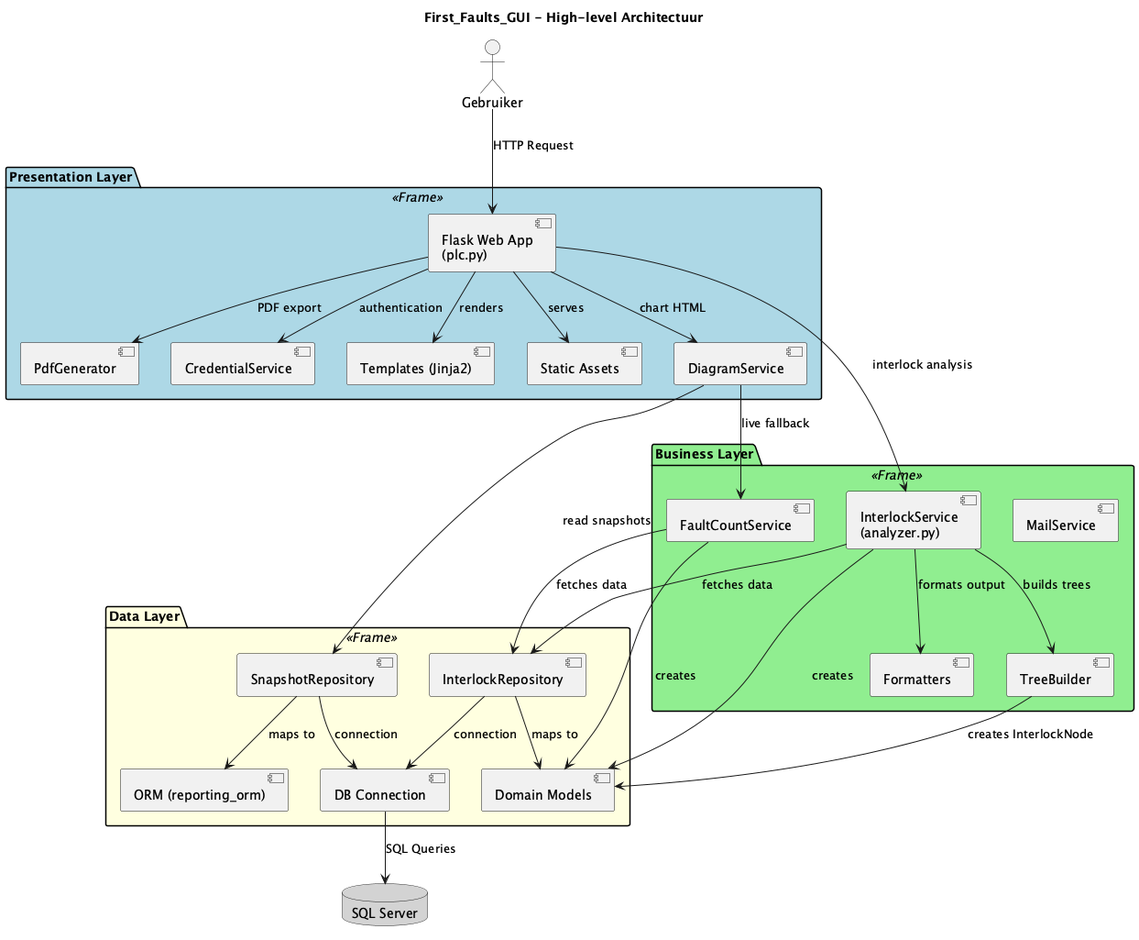
Above: docs/HighLevelArchitectureDiagram.png in bucofski/First_Faults_GUI (PlantUML), before the change.
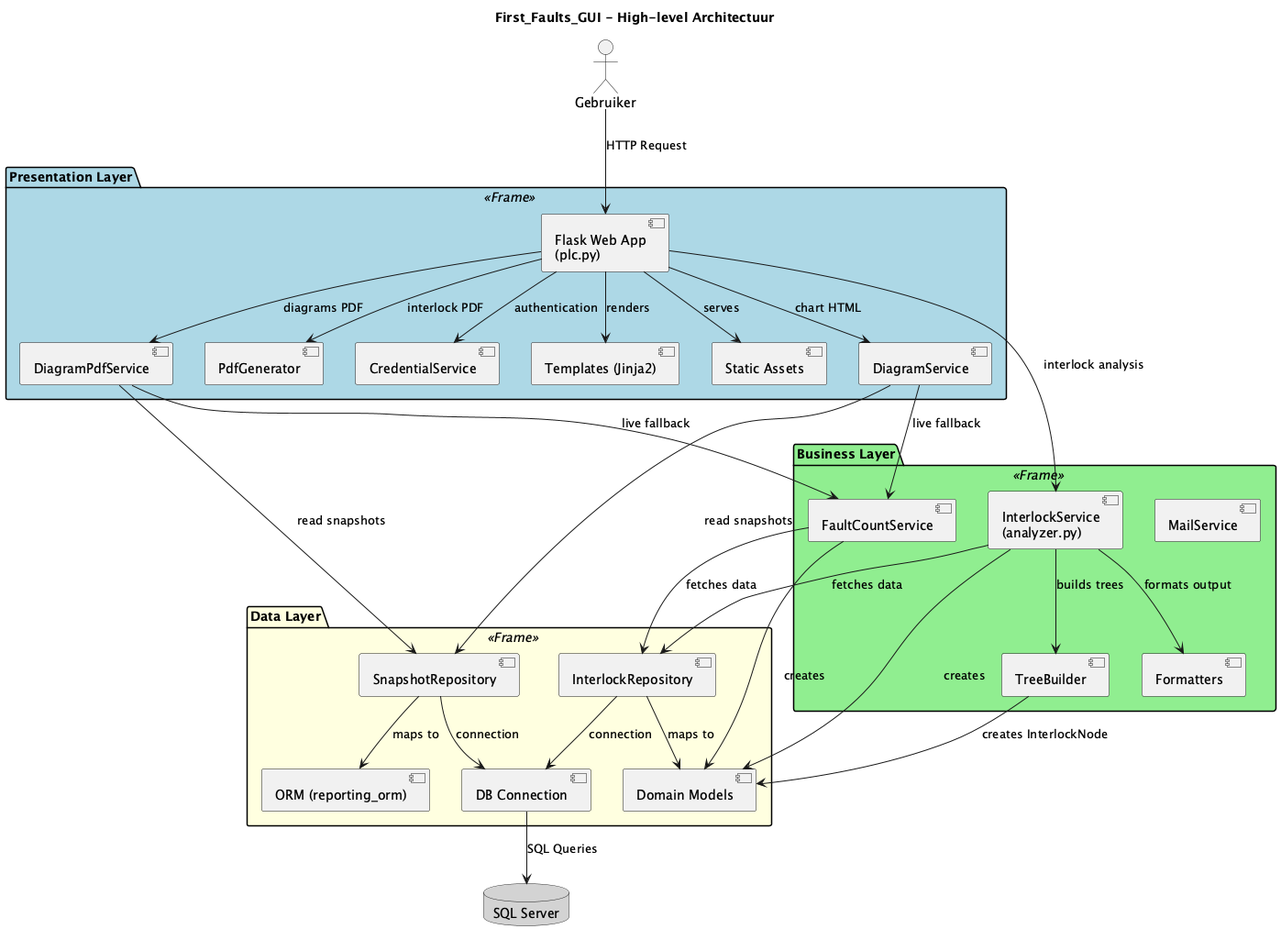
After the change.

Commit message:
Add `DiagramPdfService` for multi-page PDF export of diagrams; update routes, templates, and docs accordingly

The edit, as a diff of the source:
```diff
@@ -13,6 +13,7 @@
     [Templates (Jinja2)] as templates
     [Static Assets] as static
     [DiagramService] as diagram
+    [DiagramPdfService] as diagrampdf
     [PdfGenerator] as pdf
     [CredentialService] as cred
 }
@@ -40,11 +41,15 @@
 flask --> static : serves
 flask --> diagram : chart HTML
 flask --> analyzer : interlock analysis
-flask --> pdf : PDF export
+flask --> pdf : interlock PDF
+flask --> diagrampdf : diagrams PDF
 flask --> cred : authentication
 
 diagram --> snaprepo : read snapshots
 diagram --> faultcount : live fallback
+
+diagrampdf --> snaprepo : read snapshots
+diagrampdf --> faultcount : live fallback
 
 analyzer --> tree : builds trees
 analyzer --> formatters : formats output
```
